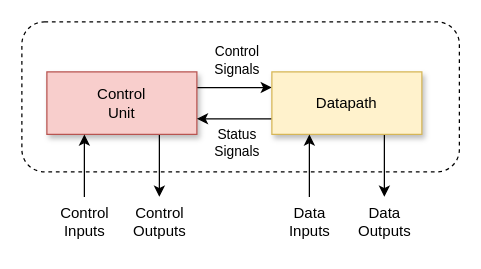
This is page "Page-10" (10 of 10) of ASMcharts/ASM.drawio from DavidTrevisan/calcolatori_elettronici_2025, a draw.io file, before an edit. Source tidied: cells renumbered, new cells numbered last; positions are measured from the earlier drawing's top-left corner, leaving out a move shared by most shapes. Both pictures are drawn from the tidied source at 125%, with x=0, y=0 at pixel (21, 21).
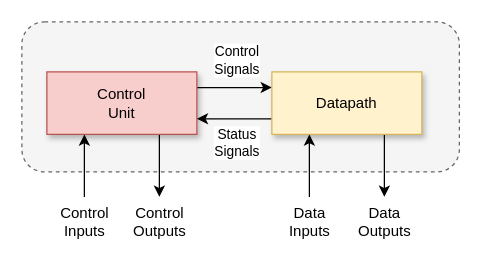
After the change.

What changed in the source:
```diff
@@
 <mxGraphModel>
   <root>
     <mxCell id="0" />
     <mxCell id="1" parent="0" />
-    <mxCell id="2" style="rounded=1;whiteSpace=wrap;html=1;fillColor=none;dashed=1;" parent="1" vertex="1">
+    <mxCell id="2" style="rounded=1;whiteSpace=wrap;html=1;fillColor=#f5f5f5;dashed=1;fontColor=#333333;strokeColor=#666666;" parent="1" vertex="1">
       <mxGeometry width="350" height="120" as="geometry" />
     </mxCell>
     <mxCell id="3" style="edgeStyle=orthogonalEdgeStyle;rounded=0;jettySize=auto;html=1;exitX=0.75;exitY=1;exitDx=0;exitDy=0;" parent="1" edge="1" source="6" target="9">
       <mxGeometry relative="1" as="geometry" />
     </mxCell>
     <mxCell id="4" style="edgeStyle=orthogonalEdgeStyle;rounded=0;jettySize=auto;html=1;exitX=1;exitY=0.25;exitDx=0;exitDy=0;entryX=0;entryY=0.25;entryDx=0;entryDy=0;" parent="1" edge="1" source="6" target="13">
       <mxGeometry relative="1" as="geometry" />
     </mxCell>
     <mxCell id="5" value="Control&lt;br&gt;Signals" style="edgeLabel;html=1;align=center;verticalAlign=middle;" parent="4" vertex="1">
       <mxGeometry x="0.04" y="-2" relative="1" as="geometry">
         <mxPoint y="-24" as="offset" />
       </mxGeometry>
     </mxCell>
     <mxCell id="6" value="Control&lt;br&gt;Unit" style="rounded=0;whiteSpace=wrap;html=1;fillColor=#f8cecc;strokeColor=#b85450;shadow=1;" parent="1" vertex="1">
       <mxGeometry x="20" y="40" width="120" height="50" as="geometry" />
     </mxCell>
     <mxCell id="7" style="edgeStyle=orthogonalEdgeStyle;rounded=0;jettySize=auto;html=1;entryX=0.25;entryY=1;entryDx=0;entryDy=0;" parent="1" edge="1" source="8" target="6">
       <mxGeometry relative="1" as="geometry" />
     </mxCell>
     <mxCell id="8" value="Control&lt;br&gt;Inputs" style="text;html=1;align=center;verticalAlign=middle;points=[];strokeColor=none;fillColor=none;" parent="1" vertex="1">
       <mxGeometry x="20" y="140" width="60" height="40" as="geometry" />
     </mxCell>
     <mxCell id="9" value="Control&lt;br&gt;Outputs" style="text;html=1;align=center;verticalAlign=middle;points=[];strokeColor=none;fillColor=none;" parent="1" vertex="1">
       <mxGeometry x="75" y="140" width="70" height="40" as="geometry" />
     </mxCell>
     <mxCell id="10" style="edgeStyle=orthogonalEdgeStyle;rounded=0;jettySize=auto;html=1;exitX=0.75;exitY=1;exitDx=0;exitDy=0;" parent="1" edge="1" source="13" target="16">
       <mxGeometry relative="1" as="geometry" />
     </mxCell>
     <mxCell id="11" style="edgeStyle=orthogonalEdgeStyle;rounded=0;jettySize=auto;html=1;exitX=0;exitY=0.75;exitDx=0;exitDy=0;entryX=1;entryY=0.75;entryDx=0;entryDy=0;" parent="1" edge="1" source="13" target="6">
       <mxGeometry relative="1" as="geometry" />
     </mxCell>
     <mxCell id="12" value="Status&lt;br&gt;Signals" style="edgeLabel;html=1;align=center;verticalAlign=middle;" parent="11" vertex="1">
       <mxGeometry x="0.07" y="2" relative="1" as="geometry">
         <mxPoint x="3" y="17" as="offset" />
       </mxGeometry>
     </mxCell>
     <mxCell id="13" value="Datapath" style="rounded=0;whiteSpace=wrap;html=1;fillColor=#fff2cc;strokeColor=#d6b656;shadow=1;" parent="1" vertex="1">
       <mxGeometry x="200" y="40" width="120" height="50" as="geometry" />
     </mxCell>
     <mxCell id="14" style="edgeStyle=orthogonalEdgeStyle;rounded=0;jettySize=auto;html=1;entryX=0.25;entryY=1;entryDx=0;entryDy=0;" parent="1" edge="1" source="15" target="13">
       <mxGeometry relative="1" as="geometry" />
     </mxCell>
     <mxCell id="15" value="Data&lt;br&gt;Inputs" style="text;html=1;align=center;verticalAlign=middle;points=[];strokeColor=none;fillColor=none;" parent="1" vertex="1">
       <mxGeometry x="200" y="140" width="60" height="40" as="geometry" />
     </mxCell>
     <mxCell id="16" value="Data&lt;br&gt;Outputs" style="text;html=1;align=center;verticalAlign=middle;points=[];strokeColor=none;fillColor=none;" parent="1" vertex="1">
       <mxGeometry x="255" y="140" width="70" height="40" as="geometry" />
     </mxCell>
   </root>
 </mxGraphModel>
```
